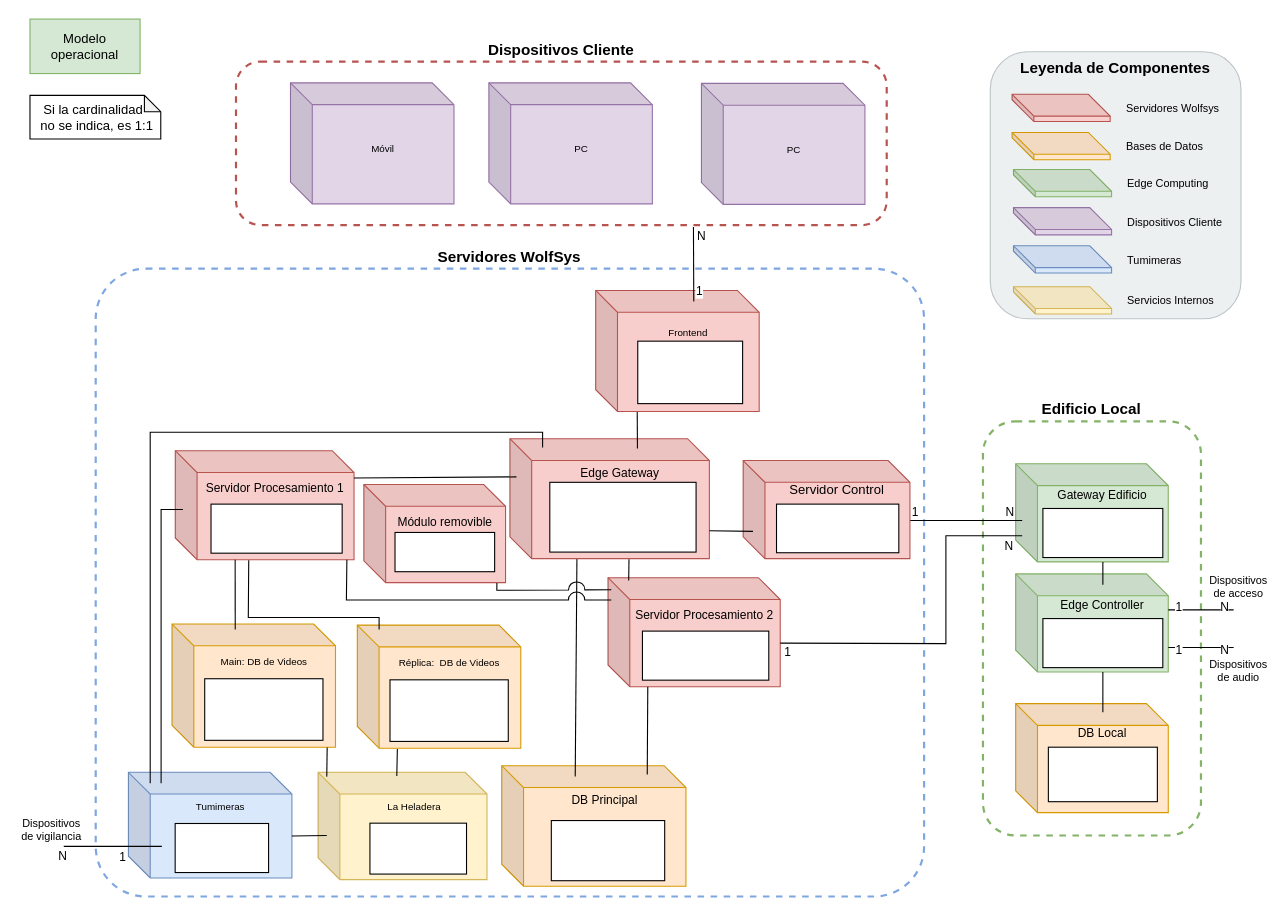
This is Documentación de la arquitectura/Diagramas/Editables-drawio/Modelo-operacional.drawio from LIMoreno04/Caso-de-estudio---WolfSys---Arquitectura, a draw.io file, before an edit. Source tidied: cells renumbered, new cells numbered last; positions are measured from the earlier drawing's top-left corner, leaving out a move shared by most shapes. Both pictures are drawn from the tidied source at 109%, with x=0, y=0 at pixel (19, 19).
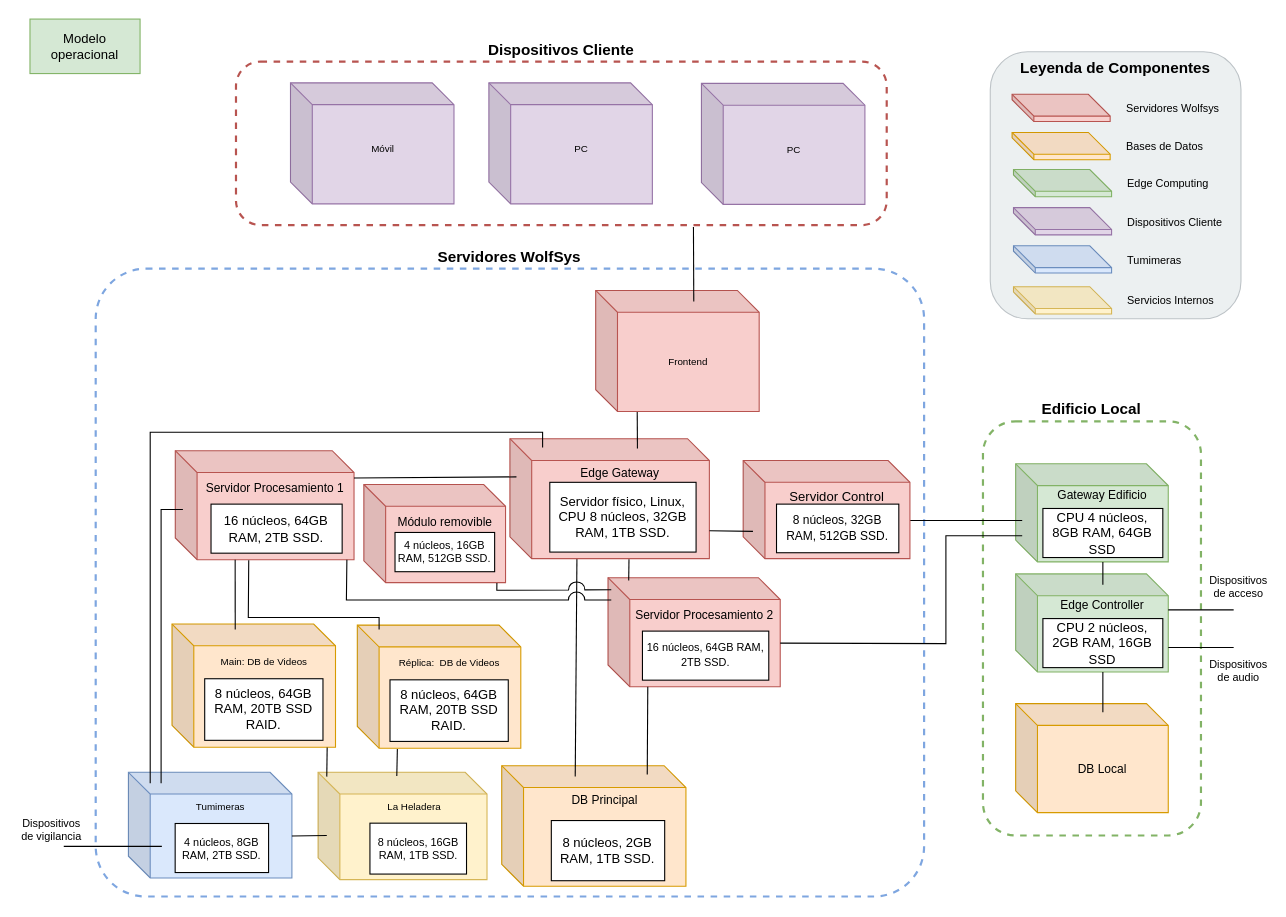
The same page after the edit.

The change refers to these unchanged cells:
```xml
<mxCell id="4" style="group;" parent="1" vertex="1">
  <mxGeometry x="914.3" y="408" width="140" height="90" as="geometry" />
</mxCell>
<mxCell id="15" style="group;" parent="1" vertex="1">
  <mxGeometry x="914.3" y="628" width="140" height="100" as="geometry" />
</mxCell>
<mxCell id="18" style="group;" parent="1" vertex="1">
  <mxGeometry x="914.3" y="509" width="140" height="90" as="geometry" />
</mxCell>
<mxCell id="21" style="endArrow=none;html=1;rounded=0;exitX=0;exitY=0;exitDx=153;exitDy=55;exitPerimeter=0;" parent="1" edge="1" source="33">
  <mxGeometry relative="1" as="geometry">
    <mxPoint x="920.3" y="460" as="targetPoint" />
  </mxGeometry>
</mxCell>
<mxCell id="25" style="group;" parent="24" vertex="1">
  <mxGeometry width="169" height="110.5" as="geometry" />
</mxCell>
<mxCell id="29" style="group;" parent="1" vertex="1">
  <mxGeometry x="540.3" y="512.5" width="158" height="100" as="geometry" />
</mxCell>
<mxCell id="32" style="group;" parent="1" vertex="1">
  <mxGeometry x="664.3" y="405" width="153" height="90" as="geometry" />
</mxCell>
<mxCell id="35" style="group;" parent="1" vertex="1">
  <mxGeometry x="100.3" y="691" width="150" height="97" as="geometry" />
</mxCell>
<mxCell id="38" style="group;" parent="1" vertex="1">
  <mxGeometry x="140.3" y="555" width="150" height="113" as="geometry" />
</mxCell>
<mxCell id="44" style="group;" parent="1" vertex="1">
  <mxGeometry x="450.3" y="395" width="183" height="100" as="geometry" />
</mxCell>
<mxCell id="47" style="group;" parent="1" vertex="1">
  <mxGeometry x="316.3" y="427" width="140" height="90" as="geometry" />
</mxCell>
<mxCell id="57" style="endArrow=none;html=1;rounded=0;exitX=0;exitY=0;exitDx=157.99999999999997;exitDy=60;exitPerimeter=0;" parent="1" edge="1" source="30">
  <mxGeometry relative="1" as="geometry">
    <mxPoint x="920.3" y="474" as="targetPoint" />
    <Array as="points">
      <mxPoint x="850.3" y="573" />
      <mxPoint x="850.3" y="474" />
    </Array>
  </mxGeometry>
</mxCell>
<mxCell id="60" style="group;" parent="1" vertex="1">
  <mxGeometry x="274.3" y="691" width="155" height="98.5" as="geometry" />
</mxCell>
<mxCell id="69" style="group;" parent="1" vertex="1">
  <mxGeometry x="310.3" y="556" width="150" height="113" as="geometry" />
</mxCell>
<mxCell id="77" style="endArrow=none;html=1;rounded=0;exitX=0;exitY=0;exitDx=140;exitDy=55;exitPerimeter=0;" parent="1" edge="1">
  <mxGeometry relative="1" as="geometry">
    <mxPoint x="1054.3" y="542" as="sourcePoint" />
    <mxPoint x="1114.3" y="542" as="targetPoint" />
  </mxGeometry>
</mxCell>
<mxCell id="81" style="endArrow=none;html=1;rounded=0;exitX=1;exitY=0.751;exitDx=0;exitDy=0;exitPerimeter=0;" parent="1" edge="1" source="19">
  <mxGeometry relative="1" as="geometry">
    <mxPoint x="1114.3" y="576.6" as="targetPoint" />
  </mxGeometry>
</mxCell>
<mxCell id="85" style="endArrow=none;html=1;rounded=0;" parent="1" edge="1">
  <mxGeometry relative="1" as="geometry">
    <mxPoint x="41" y="759" as="sourcePoint" />
    <mxPoint x="131" y="759" as="targetPoint" />
  </mxGeometry>
</mxCell>
<mxCell id="96" style="group;verticalAlign=bottom;labelPosition=center;verticalLabelPosition=top;align=center;" parent="1" vertex="1">
  <mxGeometry x="529" y="249" width="150" height="111" as="geometry" />
</mxCell>
<mxCell id="99" style="endArrow=none;html=1;rounded=0;entryX=0.703;entryY=1.011;entryDx=0;entryDy=0;entryPerimeter=0;" parent="1" edge="1" target="89">
  <mxGeometry relative="1" as="geometry">
    <mxPoint x="619" y="259" as="sourcePoint" />
  </mxGeometry>
</mxCell>
```

Diff of the diagram source:
```diff
@@
-    <mxCell id="6" style="rounded=0;whiteSpace=wrap;html=1;" parent="4" vertex="1">
+    <mxCell id="6" value="CPU 4 núcleos, 8GB RAM, 64GB SSD" style="rounded=0;whiteSpace=wrap;html=1;" parent="4" vertex="1">
       <mxGeometry x="25" y="41" width="110" height="45" as="geometry" />
     </mxCell>
@@
-    <mxCell id="16" value="DB Local&lt;div&gt;&lt;br&gt;&lt;/div&gt;&lt;div&gt;&lt;br&gt;&lt;/div&gt;&lt;div&gt;&lt;br&gt;&lt;/div&gt;&lt;div&gt;&lt;br&gt;&lt;/div&gt;&lt;div&gt;&lt;br&gt;&lt;/div&gt;" style="shape=cube;whiteSpace=wrap;html=1;boundedLbl=1;backgroundOutline=1;darkOpacity=0.05;darkOpacity2=0.1;fillColor=#ffe6cc;strokeColor=#d79b00;fontSize=11;fontStyle=0;" parent="15" vertex="1">
+    <mxCell id="16" value="DB Local" style="shape=cube;whiteSpace=wrap;html=1;boundedLbl=1;backgroundOutline=1;darkOpacity=0.05;darkOpacity2=0.1;fillColor=#ffe6cc;strokeColor=#d79b00;fontSize=11;fontStyle=0;" parent="15" vertex="1">
       <mxGeometry width="140" height="100" as="geometry" />
     </mxCell>
-    <mxCell id="17" style="rounded=0;whiteSpace=wrap;html=1;" parent="15" vertex="1">
-      <mxGeometry x="30" y="40" width="100" height="50" as="geometry" />
-    </mxCell>
@@
-    <mxCell id="20" style="rounded=0;whiteSpace=wrap;html=1;" parent="18" vertex="1">
+    <mxCell id="20" value="CPU 2 núcleos, 2GB RAM, 16GB SSD" style="rounded=0;whiteSpace=wrap;html=1;" parent="18" vertex="1">
       <mxGeometry x="25" y="41" width="110" height="45" as="geometry" />
     </mxCell>
@@
-    <mxCell id="22" value="1" style="edgeLabel;html=1;align=center;verticalAlign=middle;" parent="21" vertex="1">
-      <mxGeometry x="-0.84" relative="1" as="geometry">
-        <mxPoint x="-4" y="-9" as="offset" />
-      </mxGeometry>
-    </mxCell>
-    <mxCell id="23" value="N" style="edgeLabel;html=1;align=center;verticalAlign=middle;" parent="21" vertex="1">
-      <mxGeometry x="0.79" relative="1" as="geometry">
-        <mxPoint x="-1" y="-9" as="offset" />
-      </mxGeometry>
-    </mxCell>
@@
-    <mxCell id="27" style="rounded=0;whiteSpace=wrap;html=1;" parent="25" vertex="1">
+    <mxCell id="27" value="&lt;span&gt;8 núcleos, 2GB RAM, 1TB SSD.&lt;/span&gt;" style="rounded=0;whiteSpace=wrap;html=1;fontSize=12;" parent="25" vertex="1">
       <mxGeometry x="45.5" y="50.3" width="104" height="55.2" as="geometry" />
     </mxCell>
@@
-    <mxCell id="31" style="rounded=0;whiteSpace=wrap;html=1;verticalAlign=top;" parent="29" vertex="1">
+    <mxCell id="31" value="&lt;span style=&quot;font-size: 10px;&quot;&gt;16 núcleos, 64GB RAM, 2TB SSD.&lt;/span&gt;" style="rounded=0;whiteSpace=wrap;html=1;verticalAlign=top;" parent="29" vertex="1">
       <mxGeometry x="31.6" y="49" width="115.9" height="45" as="geometry" />
     </mxCell>
@@
-    <mxCell id="33" value="Servidor Control&lt;br&gt;&lt;br&gt;&lt;div&gt;&lt;br&gt;&lt;/div&gt;&lt;div&gt;&lt;br&gt;&lt;/div&gt;&lt;div&gt;&lt;br&gt;&lt;/div&gt;" style="shape=cube;whiteSpace=wrap;html=1;boundedLbl=1;backgroundOutline=1;darkOpacity=0.05;darkOpacity2=0.1;fillColor=#f8cecc;strokeColor=#b85450;fontSize=12;fontStyle=0;" parent="32" vertex="1">
+    <mxCell id="33" value="Servidor Control&lt;br&gt;&lt;div&gt;&lt;br&gt;&lt;/div&gt;&lt;div&gt;&lt;br&gt;&lt;/div&gt;&lt;div&gt;&lt;br&gt;&lt;/div&gt;" style="shape=cube;whiteSpace=wrap;html=1;boundedLbl=1;backgroundOutline=1;darkOpacity=0.05;darkOpacity2=0.1;fillColor=#f8cecc;strokeColor=#b85450;fontSize=12;fontStyle=0;" parent="32" vertex="1">
       <mxGeometry width="153" height="90" as="geometry" />
     </mxCell>
-    <mxCell id="34" style="rounded=0;whiteSpace=wrap;html=1;" parent="32" vertex="1">
+    <mxCell id="34" value="8 núcleos, 32GB RAM, 512GB SSD." style="rounded=0;whiteSpace=wrap;html=1;fontSize=11;" parent="32" vertex="1">
       <mxGeometry x="30.6" y="40" width="112.2" height="44.6" as="geometry" />
     </mxCell>
@@
-    <mxCell id="37" style="rounded=0;whiteSpace=wrap;html=1;fontSize=9;" parent="35" vertex="1">
+    <mxCell id="37" value="&lt;span style=&quot;font-size: 10px;&quot;&gt;4 núcleos, 8GB RAM, 2TB SSD.&lt;/span&gt;" style="rounded=0;whiteSpace=wrap;html=1;fontSize=9;" parent="35" vertex="1">
       <mxGeometry x="42.9" y="47" width="85.7" height="45" as="geometry" />
     </mxCell>
@@
-    <mxCell id="40" style="rounded=0;whiteSpace=wrap;html=1;fontSize=8;" parent="38" vertex="1">
+    <mxCell id="40" value="8 núcleos, 64GB RAM, 20TB SSD RAID." style="rounded=0;whiteSpace=wrap;html=1;fontSize=12;" parent="38" vertex="1">
       <mxGeometry x="30" y="50.2" width="108.5" height="56.5" as="geometry" />
     </mxCell>
-    <mxCell id="41" style="group;" parent="1" vertex="1">
+    <mxCell id="41" style="group;align=center;verticalAlign=middle;" parent="1" vertex="1">
       <mxGeometry x="143.3" y="396" width="164" height="100" as="geometry" />
     </mxCell>
@@
-    <mxCell id="43" style="rounded=0;whiteSpace=wrap;html=1;verticalAlign=top;fontSize=10;spacing=0;" parent="41" vertex="1">
+    <mxCell id="43" value="&lt;font style=&quot;font-size: 12px;&quot;&gt;16 núcleos, 64GB RAM, 2TB SSD.&lt;/font&gt;" style="rounded=0;whiteSpace=wrap;html=1;verticalAlign=middle;fontSize=10;spacing=0;align=center;" parent="41" vertex="1">
       <mxGeometry x="32.8" y="49" width="120.3" height="45" as="geometry" />
     </mxCell>
@@
-    <mxCell id="46" style="rounded=0;whiteSpace=wrap;html=1;fontSize=10;" parent="44" vertex="1">
+    <mxCell id="46" value="&lt;font style=&quot;font-size: 12px;&quot;&gt;Servidor físico,&amp;nbsp;&lt;span style=&quot;background-color: transparent; color: light-dark(rgb(0, 0, 0), rgb(255, 255, 255));&quot;&gt;Linux, CPU 8 núcleos, 32GB RAM, 1TB SSD.&lt;/span&gt;&lt;/font&gt;" style="rounded=0;whiteSpace=wrap;html=1;fontSize=10;" parent="44" vertex="1">
       <mxGeometry x="36.6" y="30" width="134.2" height="64" as="geometry" />
     </mxCell>
@@
-    <mxCell id="49" style="rounded=0;whiteSpace=wrap;html=1;verticalAlign=top;fontSize=10;" parent="47" vertex="1">
+    <mxCell id="49" value="4 núcleos, 16GB RAM, 512GB SSD." style="rounded=0;whiteSpace=wrap;html=1;verticalAlign=middle;fontSize=10;" parent="47" vertex="1">
       <mxGeometry x="28.6" y="44" width="91.4" height="36" as="geometry" />
     </mxCell>
@@
-    <mxCell id="58" value="N" style="edgeLabel;html=1;align=center;verticalAlign=middle;" parent="57" vertex="1">
-      <mxGeometry x="0.92" y="-1" relative="1" as="geometry">
-        <mxPoint y="8" as="offset" />
-      </mxGeometry>
-    </mxCell>
-    <mxCell id="59" value="1" style="edgeLabel;html=1;align=center;verticalAlign=middle;" parent="57" vertex="1">
-      <mxGeometry x="-0.96" y="-1" relative="1" as="geometry">
-        <mxPoint y="7" as="offset" />
-      </mxGeometry>
-    </mxCell>
@@
-    <mxCell id="62" style="rounded=0;whiteSpace=wrap;html=1;fontSize=9;" parent="60" vertex="1">
+    <mxCell id="62" value="&lt;span style=&quot;font-size: 10px;&quot;&gt;8 núcleos, 16GB RAM, 1TB SSD.&lt;/span&gt;" style="rounded=0;whiteSpace=wrap;html=1;fontSize=9;" parent="60" vertex="1">
       <mxGeometry x="47.6" y="46.7" width="88.6" height="46.7" as="geometry" />
     </mxCell>
@@
-    <mxCell id="71" style="rounded=0;whiteSpace=wrap;html=1;fontSize=8;" parent="69" vertex="1">
+    <mxCell id="71" value="8 núcleos, 64GB RAM, 20TB SSD RAID." style="rounded=0;whiteSpace=wrap;html=1;fontSize=12;" parent="69" vertex="1">
       <mxGeometry x="30" y="50.2" width="108.5" height="56.5" as="geometry" />
     </mxCell>
@@
-    <mxCell id="76" value="Si la cardinalidad&amp;nbsp;&lt;div&gt;&amp;nbsp;no se indica, es 1:1&lt;/div&gt;" style="shape=note;whiteSpace=wrap;html=1;backgroundOutline=1;darkOpacity=0.05;verticalAlign=top;size=15;" parent="1" vertex="1">
-      <mxGeometry x="10" y="70" width="120" height="40" as="geometry" />
-    </mxCell>
@@
-    <mxCell id="78" value="1" style="edgeLabel;html=1;align=center;verticalAlign=middle;" parent="77" vertex="1">
-      <mxGeometry x="-0.82" relative="1" as="geometry">
-        <mxPoint x="4" y="-3" as="offset" />
-      </mxGeometry>
-    </mxCell>
-    <mxCell id="79" value="N" style="edgeLabel;html=1;align=center;verticalAlign=middle;" parent="77" vertex="1">
-      <mxGeometry x="0.77" y="-1" relative="1" as="geometry">
-        <mxPoint x="-2" y="-4" as="offset" />
-      </mxGeometry>
-    </mxCell>
@@
-    <mxCell id="82" value="1" style="edgeLabel;html=1;align=center;verticalAlign=middle;" parent="81" vertex="1">
-      <mxGeometry x="-0.82" relative="1" as="geometry">
-        <mxPoint x="4" y="2" as="offset" />
-      </mxGeometry>
-    </mxCell>
-    <mxCell id="83" value="N" style="edgeLabel;html=1;align=center;verticalAlign=middle;" parent="81" vertex="1">
-      <mxGeometry x="0.77" y="-1" relative="1" as="geometry">
-        <mxPoint x="-2" y="1" as="offset" />
-      </mxGeometry>
-    </mxCell>
@@
-    <mxCell id="86" value="1" style="edgeLabel;html=1;align=center;verticalAlign=middle;" parent="85" vertex="1">
-      <mxGeometry x="0.78" y="-1" relative="1" as="geometry">
-        <mxPoint x="-27" y="8" as="offset" />
-      </mxGeometry>
-    </mxCell>
-    <mxCell id="87" value="N" style="edgeLabel;html=1;align=center;verticalAlign=middle;" parent="85" vertex="1">
-      <mxGeometry x="-0.71" y="1" relative="1" as="geometry">
-        <mxPoint x="-15" y="9" as="offset" />
-      </mxGeometry>
-    </mxCell>
@@
-    <mxCell id="97" value="Frontend&lt;br&gt;&lt;div&gt;&lt;br&gt;&lt;/div&gt;&lt;div&gt;&lt;br&gt;&lt;/div&gt;&lt;div&gt;&lt;br&gt;&lt;/div&gt;&lt;div&gt;&lt;br&gt;&lt;/div&gt;&lt;div&gt;&lt;br&gt;&lt;/div&gt;" style="shape=cube;whiteSpace=wrap;html=1;boundedLbl=1;backgroundOutline=1;darkOpacity=0.05;darkOpacity2=0.1;fillColor=#f8cecc;strokeColor=#b85450;fontSize=9;fontStyle=0;" parent="96" vertex="1">
+    <mxCell id="97" value="Frontend" style="shape=cube;whiteSpace=wrap;html=1;boundedLbl=1;backgroundOutline=1;darkOpacity=0.05;darkOpacity2=0.1;fillColor=#f8cecc;strokeColor=#b85450;fontSize=9;fontStyle=0;" parent="96" vertex="1">
       <mxGeometry width="150" height="111" as="geometry" />
     </mxCell>
-    <mxCell id="98" style="rounded=0;whiteSpace=wrap;html=1;" parent="96" vertex="1">
-      <mxGeometry x="38.6" y="46.5" width="96.2" height="57.3" as="geometry" />
-    </mxCell>
@@
-    <mxCell id="100" value="1" style="edgeLabel;html=1;align=center;verticalAlign=middle;" parent="99" vertex="1">
-      <mxGeometry x="-0.8" relative="1" as="geometry">
-        <mxPoint x="5" y="-3" as="offset" />
-      </mxGeometry>
-    </mxCell>
-    <mxCell id="101" value="N" style="edgeLabel;html=1;align=center;verticalAlign=middle;" parent="99" vertex="1">
-      <mxGeometry x="0.91" y="-1" relative="1" as="geometry">
-        <mxPoint x="6" y="5" as="offset" />
-      </mxGeometry>
-    </mxCell>
```
